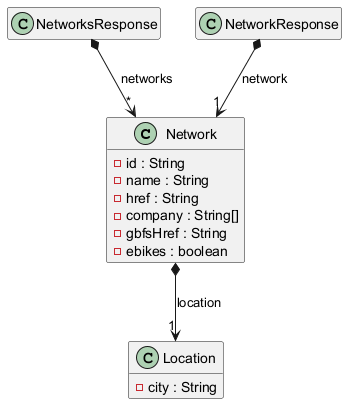
Before: Docs/Models/domain.png, a diagram exported from PlantUML (isunican/App-Bicis-Grupo1).
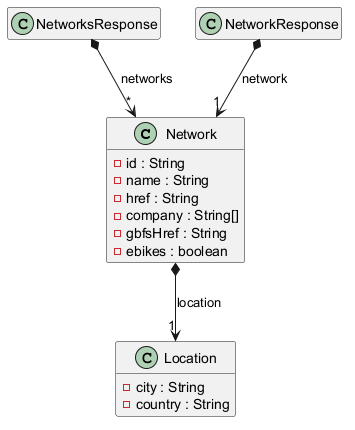
The same diagram one commit later.

Commit message:
Incluir country en la clase Location del diagrama domain

Diff of the diagram source:
```diff
@@ -13,6 +13,7 @@
 
 class Location {
     - city : String
+    - country : String
 }
 
 class NetworksResponse {
```
